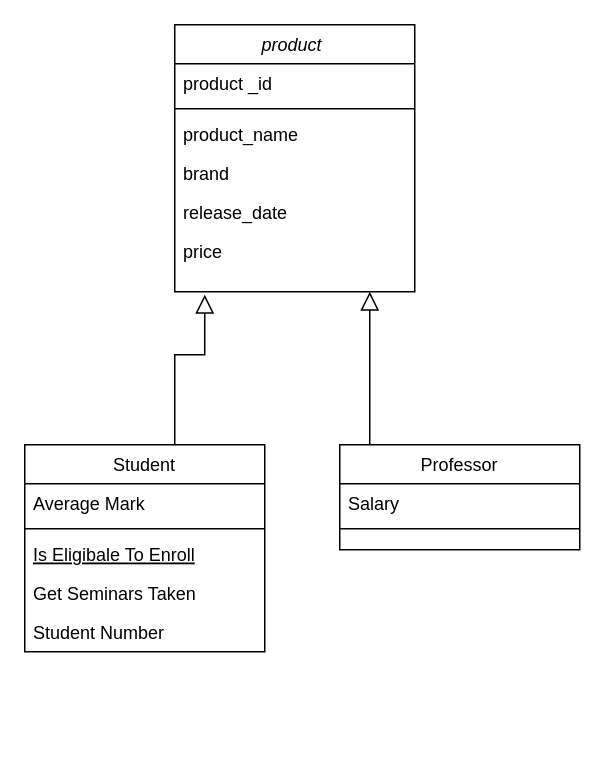
The draw.io diagram Diagram_resell.drawio in smallandprecious/doyouwantget, before the edit. Source tidied: cells renumbered, new cells numbered last; positions are measured from the earlier drawing's top-left corner, leaving out a move shared by most shapes. Both pictures are drawn from the tidied source at 150%, with x=0, y=0 at pixel (24, 24).
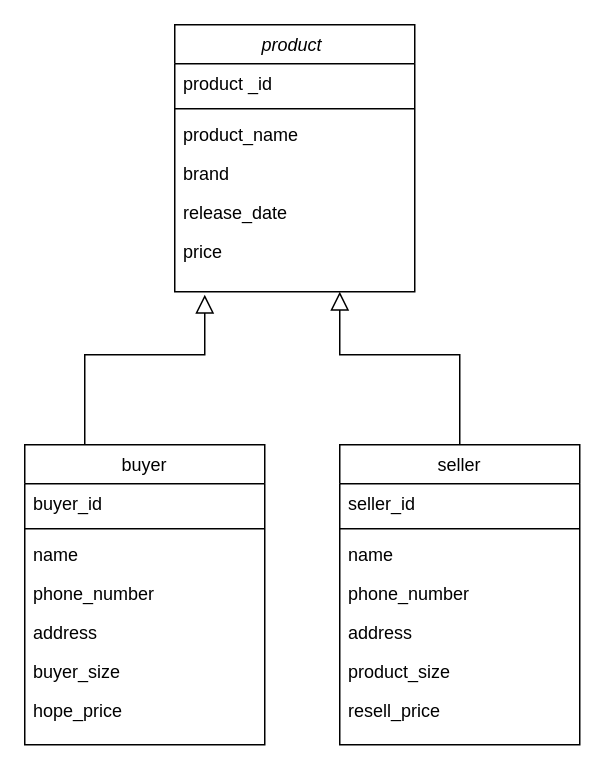
Above is the later version.

Unchanged cells that the change refers to:
```xml
<mxCell id="2" value="product " style="swimlane;fontStyle=2;align=center;verticalAlign=top;horizontal=1;startSize=26;rounded=0;shadow=0;strokeWidth=1;" parent="1" vertex="1">
  <mxGeometry x="100" width="160" height="178" as="geometry" />
</mxCell>
```

Change to the diagram source:
```diff
@@
-    <mxCell id="9" value="Student" style="swimlane;fontStyle=0;align=center;verticalAlign=top;horizontal=1;startSize=26;rounded=0;shadow=0;strokeWidth=1;" parent="1" vertex="1">
-      <mxGeometry y="280" width="160" height="138" as="geometry" />
+    <mxCell id="9" value="buyer" style="swimlane;fontStyle=0;align=center;verticalAlign=top;horizontal=1;startSize=26;rounded=0;shadow=0;strokeWidth=1;" parent="1" vertex="1">
+      <mxGeometry y="280" width="160" height="200" as="geometry" />
     </mxCell>
-    <mxCell id="10" value="Average Mark" style="text;align=left;verticalAlign=top;spacingLeft=4;spacingRight=4;overflow=hidden;rounded=0;shadow=0;html=0;" parent="9" vertex="1">
-      <mxGeometry y="26" width="160" height="26" as="geometry" />
-    </mxCell>
+    <mxCell id="13" value="buyer_id" style="text;align=left;verticalAlign=top;spacingLeft=4;spacingRight=4;overflow=hidden;" parent="9" vertex="1">
+      <mxGeometry y="26" width="160" height="26" as="geometry" />
+    </mxCell>
@@
-    <mxCell id="12" value="Is Eligibale To Enroll" style="text;align=left;verticalAlign=top;spacingLeft=4;spacingRight=4;overflow=hidden;fontStyle=4;" parent="9" vertex="1">
-      <mxGeometry y="60" width="160" height="26" as="geometry" />
-    </mxCell>
-    <mxCell id="13" value="Get Seminars Taken" style="text;align=left;verticalAlign=top;spacingLeft=4;spacingRight=4;overflow=hidden;" parent="9" vertex="1">
-      <mxGeometry y="86" width="160" height="26" as="geometry" />
-    </mxCell>
-    <mxCell id="14" value="Student Number" style="text;align=left;verticalAlign=top;spacingLeft=4;spacingRight=4;overflow=hidden;" parent="9" vertex="1">
-      <mxGeometry y="112" width="160" height="26" as="geometry" />
+    <mxCell id="14" value="name" style="text;align=left;verticalAlign=top;spacingLeft=4;spacingRight=4;overflow=hidden;" parent="9" vertex="1">
+      <mxGeometry y="60" width="160" height="26" as="geometry" />
     </mxCell>
+    <mxCell id="20" value="phone_number" style="text;align=left;verticalAlign=top;spacingLeft=4;spacingRight=4;overflow=hidden;" parent="9" vertex="1">
+      <mxGeometry y="86" width="160" height="26" as="geometry" />
+    </mxCell>
+    <mxCell id="21" value="address" style="text;align=left;verticalAlign=top;spacingLeft=4;spacingRight=4;overflow=hidden;" parent="9" vertex="1">
+      <mxGeometry y="112" width="160" height="26" as="geometry" />
+    </mxCell>
+    <mxCell id="22" value="buyer_size" style="text;align=left;verticalAlign=top;spacingLeft=4;spacingRight=4;overflow=hidden;" parent="9" vertex="1">
+      <mxGeometry y="138" width="160" height="26" as="geometry" />
+    </mxCell>
+    <mxCell id="23" value="hope_price" style="text;align=left;verticalAlign=top;spacingLeft=4;spacingRight=4;overflow=hidden;" parent="9" vertex="1">
+      <mxGeometry y="164" width="160" height="26" as="geometry" />
+    </mxCell>
-    <mxCell id="15" style="endArrow=block;endSize=10;endFill=0;shadow=0;strokeWidth=1;rounded=0;edgeStyle=elbowEdgeStyle;elbow=vertical;" parent="1" edge="1" source="9">
+    <mxCell id="15" style="endArrow=block;endSize=10;endFill=0;shadow=0;strokeWidth=1;rounded=0;edgeStyle=elbowEdgeStyle;elbow=vertical;exitX=0.25;exitY=0;exitDx=0;exitDy=0;" parent="1" edge="1" source="9">
       <mxGeometry relative="1" as="geometry">
         <mxPoint x="120" y="180" as="targetPoint" />
         <Array as="points">
           <mxPoint x="100" y="220" />
         </Array>
       </mxGeometry>
     </mxCell>
-    <mxCell id="16" value="Professor" style="swimlane;fontStyle=0;align=center;verticalAlign=top;horizontal=1;startSize=26;rounded=0;shadow=0;strokeWidth=1;" parent="1" vertex="1">
-      <mxGeometry x="210" y="280" width="160" height="70" as="geometry" />
+    <mxCell id="16" value="seller" style="swimlane;fontStyle=0;align=center;verticalAlign=top;horizontal=1;startSize=26;rounded=0;shadow=0;strokeWidth=1;" parent="1" vertex="1">
+      <mxGeometry x="210" y="280" width="160" height="200" as="geometry" />
     </mxCell>
-    <mxCell id="17" value="Salary" style="text;align=left;verticalAlign=top;spacingLeft=4;spacingRight=4;overflow=hidden;" parent="16" vertex="1">
+    <mxCell id="17" value="seller_id" style="text;align=left;verticalAlign=top;spacingLeft=4;spacingRight=4;overflow=hidden;" parent="16" vertex="1">
       <mxGeometry y="26" width="160" height="26" as="geometry" />
     </mxCell>
@@
+    <mxCell id="24" value="name" style="text;align=left;verticalAlign=top;spacingLeft=4;spacingRight=4;overflow=hidden;" parent="16" vertex="1">
+      <mxGeometry y="60" width="160" height="26" as="geometry" />
+    </mxCell>
+    <mxCell id="25" value="phone_number " style="text;align=left;verticalAlign=top;spacingLeft=4;spacingRight=4;overflow=hidden;" parent="16" vertex="1">
+      <mxGeometry y="86" width="160" height="26" as="geometry" />
+    </mxCell>
+    <mxCell id="26" value="address " style="text;align=left;verticalAlign=top;spacingLeft=4;spacingRight=4;overflow=hidden;" parent="16" vertex="1">
+      <mxGeometry y="112" width="160" height="26" as="geometry" />
+    </mxCell>
+    <mxCell id="27" value="product_size" style="text;align=left;verticalAlign=top;spacingLeft=4;spacingRight=4;overflow=hidden;" parent="16" vertex="1">
+      <mxGeometry y="138" width="160" height="26" as="geometry" />
+    </mxCell>
+    <mxCell id="28" value="resell_price" style="text;align=left;verticalAlign=top;spacingLeft=4;spacingRight=4;overflow=hidden;" parent="16" vertex="1">
+      <mxGeometry y="164" width="160" height="26" as="geometry" />
+    </mxCell>
-    <mxCell id="19" style="endArrow=block;endSize=10;endFill=0;shadow=0;strokeWidth=1;rounded=0;edgeStyle=elbowEdgeStyle;elbow=vertical;" parent="1" edge="1" source="16" target="2">
+    <mxCell id="19" style="endArrow=block;endSize=10;endFill=0;shadow=0;strokeWidth=1;rounded=0;edgeStyle=elbowEdgeStyle;elbow=vertical;exitX=0.5;exitY=0;exitDx=0;exitDy=0;" parent="1" edge="1" source="16">
       <mxGeometry relative="1" as="geometry">
+        <mxPoint x="210" y="178" as="targetPoint" />
         <Array as="points">
+          <mxPoint x="240" y="220" />
+          <mxPoint x="200" y="230" />
+          <mxPoint x="280" y="240" />
           <mxPoint x="230" y="190" />
         </Array>
       </mxGeometry>
     </mxCell>
```
